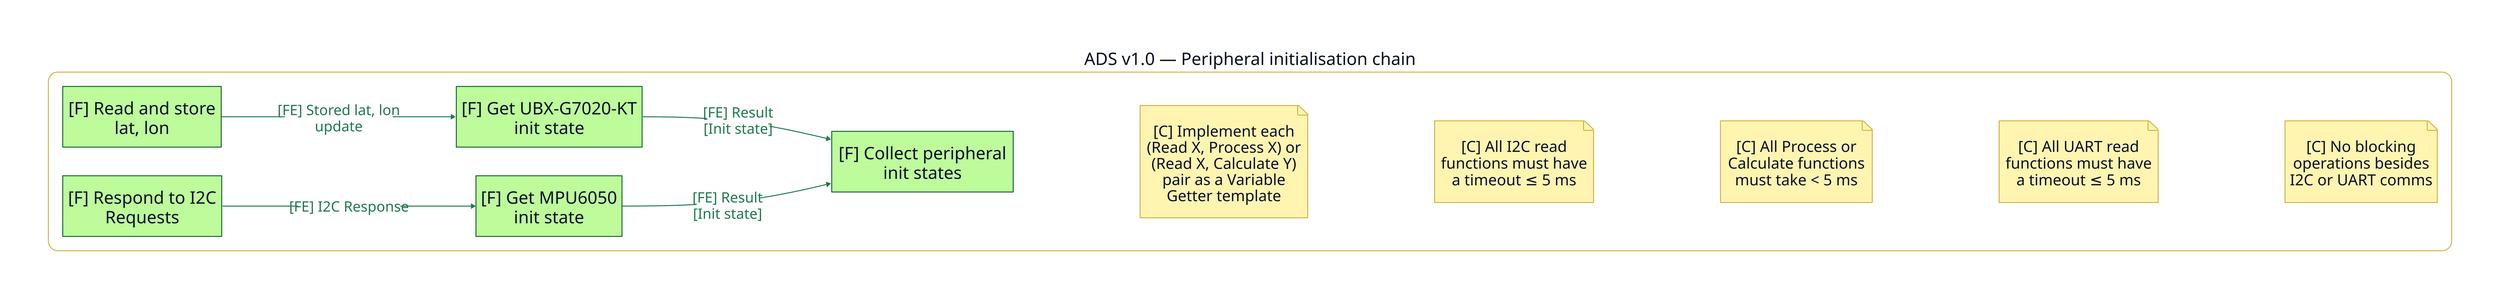
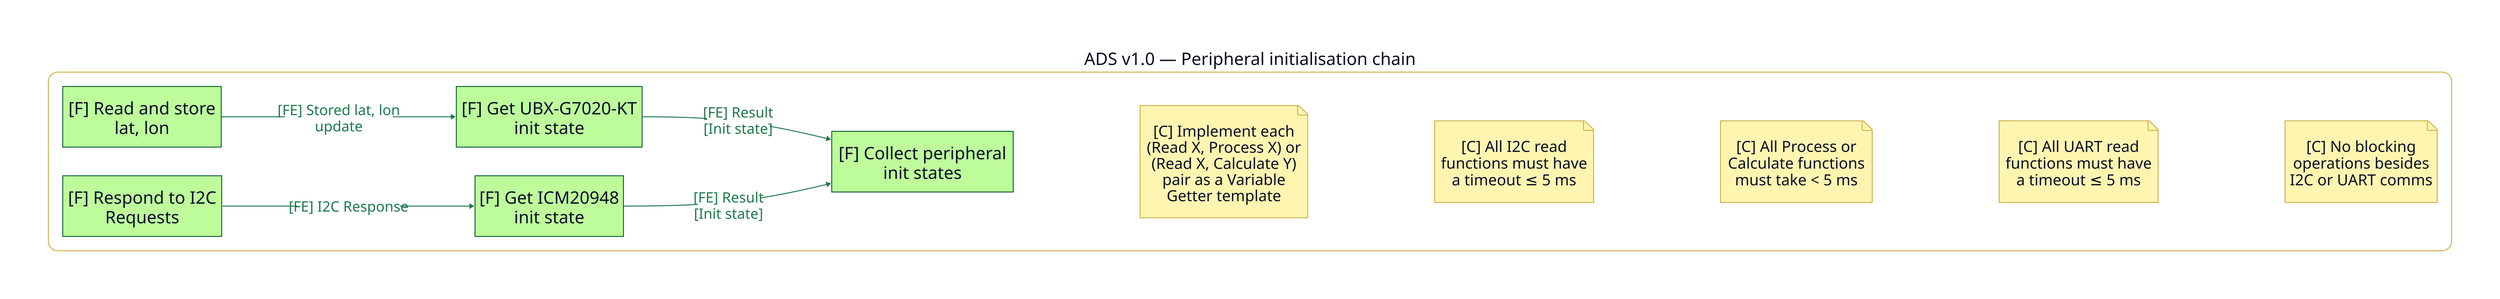
vars: {
  d2-config: {
    layout-engine: elk
  }
}

# Functional chain: peripheral initialisation-state collection and implementation constraints
direction: right

classes: {
  func: {
    shape: rectangle
    style: { fill: "#BDFB9B"; stroke: "#166534"; stroke-width: 2; font-size: 36 }
  }
  lc: {
    style: {
      fill: "#A9C7E6"; stroke: "#5B65C9"; stroke-width: 2
      border-radius: 20; font-size: 40
    }
  }
  pc: {
    style: { fill: "#FFF8BF"; stroke: "#D1B24A"; stroke-width: 2; font-size: 40 }
  }
  sys: {
    style: { fill: "#E6E6E6"; stroke: "#9A9A9A"; stroke-width: 2; font-size: 48 }
  }
  ea: {
    shape: rectangle
    style: {
      fill: "#BFEAF4"; stroke: "#5B65C9"; stroke-width: 2
      border-radius: 20; font-size: 40
    }
  }
  note: { style: { fill: "#FFF5B0"; stroke: "#D1B24A"; font-size: 32 } }
  chain: {
    style: {
      fill: "#FFFFFF"; stroke: "#D1B24A"; stroke-width: 2
      border-radius: 20; font-size: 36
    }
  }
  fe:   { style: { stroke: "#1F7A4D"; font-color: "#1F7A4D"; stroke-width: 2; font-size: 30 } }
  ce:   { style: { stroke: "#5B65C9"; font-color: "#5B65C9"; stroke-width: 2; font-size: 30 } }
  pl:   { style: { stroke: "#E11D28"; font-color: "#E11D28"; stroke-width: 2; font-size: 30 } }
  cstr: { style: { stroke: "#333333"; stroke-dash: 3; font-size: 26 } }
}

chain: "ADS v1.0 — Peripheral initialisation chain" {
  class: chain
  direction: right

  read_store_lat_lon: "[F] Read and store\nlat, lon" { class: func }
  get_ubx_init_state: "[F] Get UBX-G7020-KT\ninit state" { class: func }
  respond_i2c_requests: "[F] Respond to I2C\nRequests" { class: func }
-   get_mpu_init_state: "[F] Get MPU6050\ninit state" { class: func }
+   get_icm20948_init_state: "[F] Get ICM20948\ninit state" { class: func }
  collect_peripheral_init_states: "[F] Collect peripheral\ninit states" { class: func }

  note_variable_getter: "[C] Implement each\n(Read X, Process X) or\n(Read X, Calculate Y)\npair as a Variable\nGetter template" {
    class: note
    shape: page
  }
  note_i2c_timeout: "[C] All I2C read\nfunctions must have\na timeout ≤ 5 ms" {
    class: note
    shape: page
  }
  note_process_time: "[C] All Process or\nCalculate functions\nmust take < 5 ms" {
    class: note
    shape: page
  }
  note_uart_timeout: "[C] All UART read\nfunctions must have\na timeout ≤ 5 ms" {
    class: note
    shape: page
  }
  note_no_blocking: "[C] No blocking\noperations besides\nI2C or UART comms" {
    class: note
    shape: page
  }
}

chain.read_store_lat_lon -> chain.get_ubx_init_state: "[FE] Stored lat, lon\nupdate" { class: fe }
chain.get_ubx_init_state -> chain.collect_peripheral_init_states: "[FE] Result\n[Init state]" { class: fe }
- chain.respond_i2c_requests -> chain.get_mpu_init_state: "[FE] I2C Response" { class: fe }
- chain.get_mpu_init_state -> chain.collect_peripheral_init_states: "[FE] Result\n[Init state]" { class: fe }
+ chain.respond_i2c_requests -> chain.get_icm20948_init_state: "[FE] I2C Response" { class: fe }
+ chain.get_icm20948_init_state -> chain.collect_peripheral_init_states: "[FE] Result\n[Init state]" { class: fe }

# Layout-only edges to keep the implementation constraints grouped after the chain.
chain.collect_peripheral_init_states -> chain.note_variable_getter { style: { opacity: 0 } }
chain.note_variable_getter -> chain.note_i2c_timeout { style: { opacity: 0 } }
chain.note_i2c_timeout -> chain.note_process_time { style: { opacity: 0 } }
chain.note_process_time -> chain.note_uart_timeout { style: { opacity: 0 } }
chain.note_uart_timeout -> chain.note_no_blocking { style: { opacity: 0 } }
